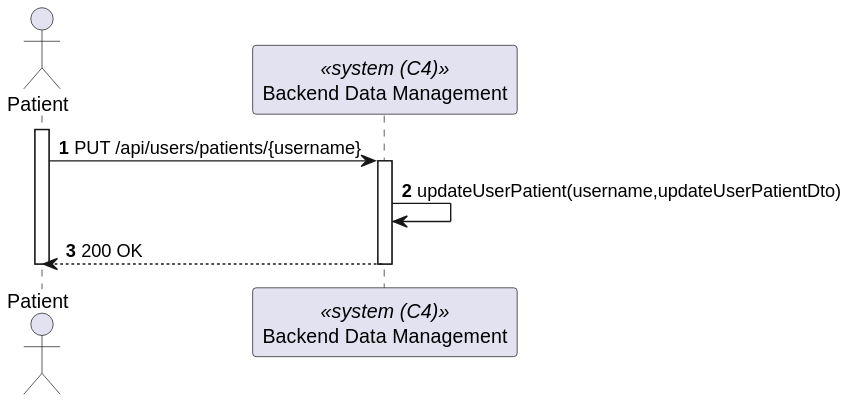
1220846/sem5pi-24-25-3ddg20 keeps this PlantUML diagram as docs/sprint-a/us-5.1.4/views/level2/process-view.svg. Above is the earlier version. The source it was exported from:
```plantuml
@startuml
autonumber

actor "Patient" as Patient
participant BackendDataManagement as "Backend Data Management" <<system (C4)>>

activate Patient
    Patient -> BackendDataManagement : PUT /api/users/patients/{username}
    activate BackendDataManagement

        BackendDataManagement -> BackendDataManagement : updateUserPatient(username,updateUserPatientDto)

        Patient <-- BackendDataManagement : 200 OK
    deactivate BackendDataManagement

deactivate Patient
@enduml
```
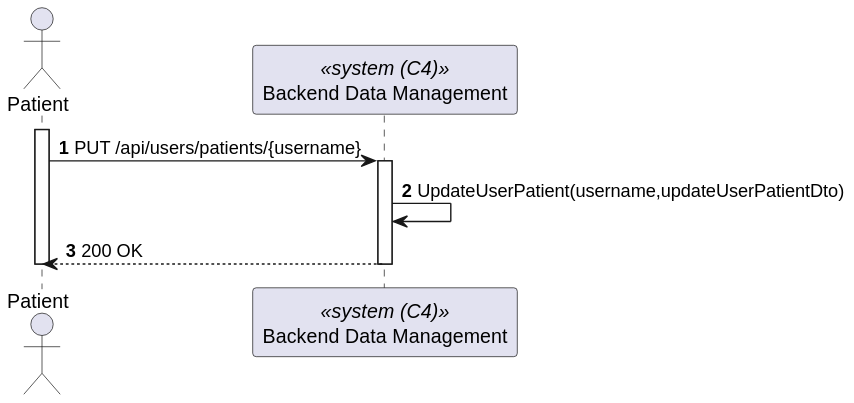
The same file after the commit.

Change to the diagram source:
```diff
@@ -8,7 +8,7 @@
     Patient -> BackendDataManagement : PUT /api/users/patients/{username}
     activate BackendDataManagement
 
-        BackendDataManagement -> BackendDataManagement : updateUserPatient(username,updateUserPatientDto)
+        BackendDataManagement -> BackendDataManagement : UpdateUserPatient(username,updateUserPatientDto)
 
         Patient <-- BackendDataManagement : 200 OK
     deactivate BackendDataManagement
```
